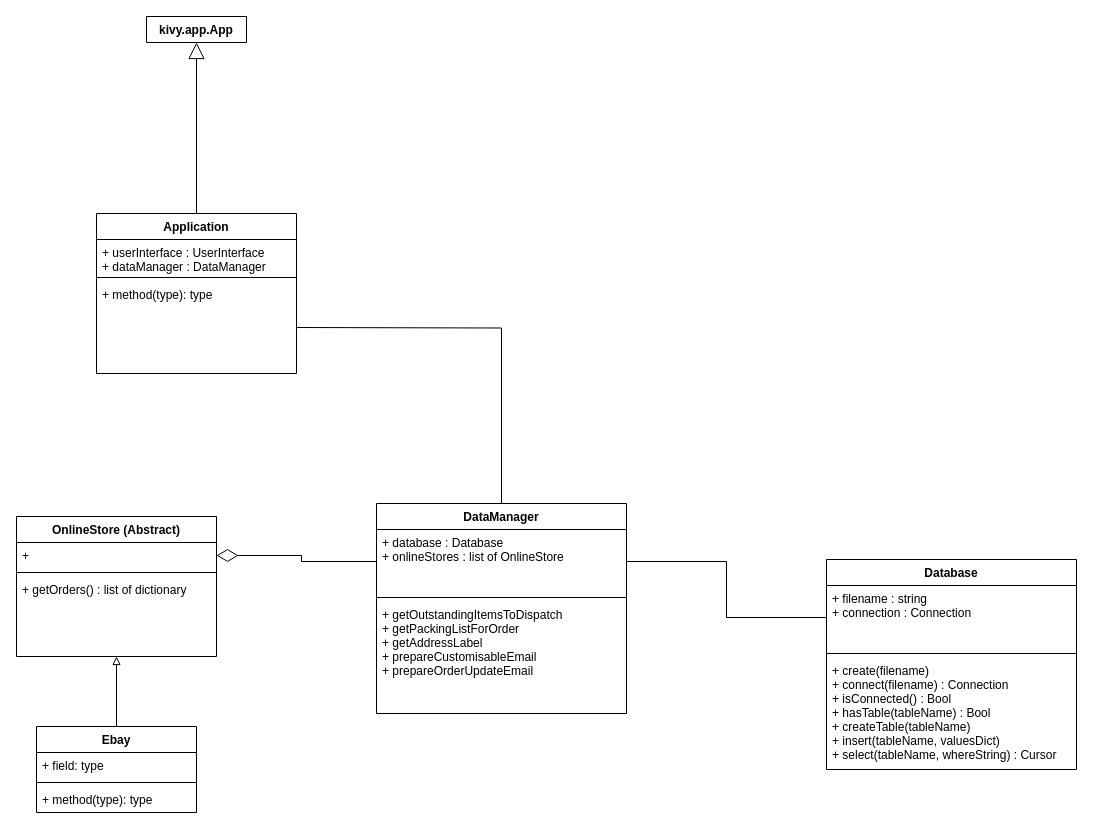
ashketchupppp/sysdev2 keeps this draw.io diagram as diagrams/class-diagram.drawio. Above is the earlier version. Source tidied: cells renumbered, new cells numbered last; positions are measured from the earlier drawing's top-left corner, leaving out a move shared by most shapes. Both pictures are drawn from the tidied source at 100%, with x=0, y=0 at pixel (16, 16).
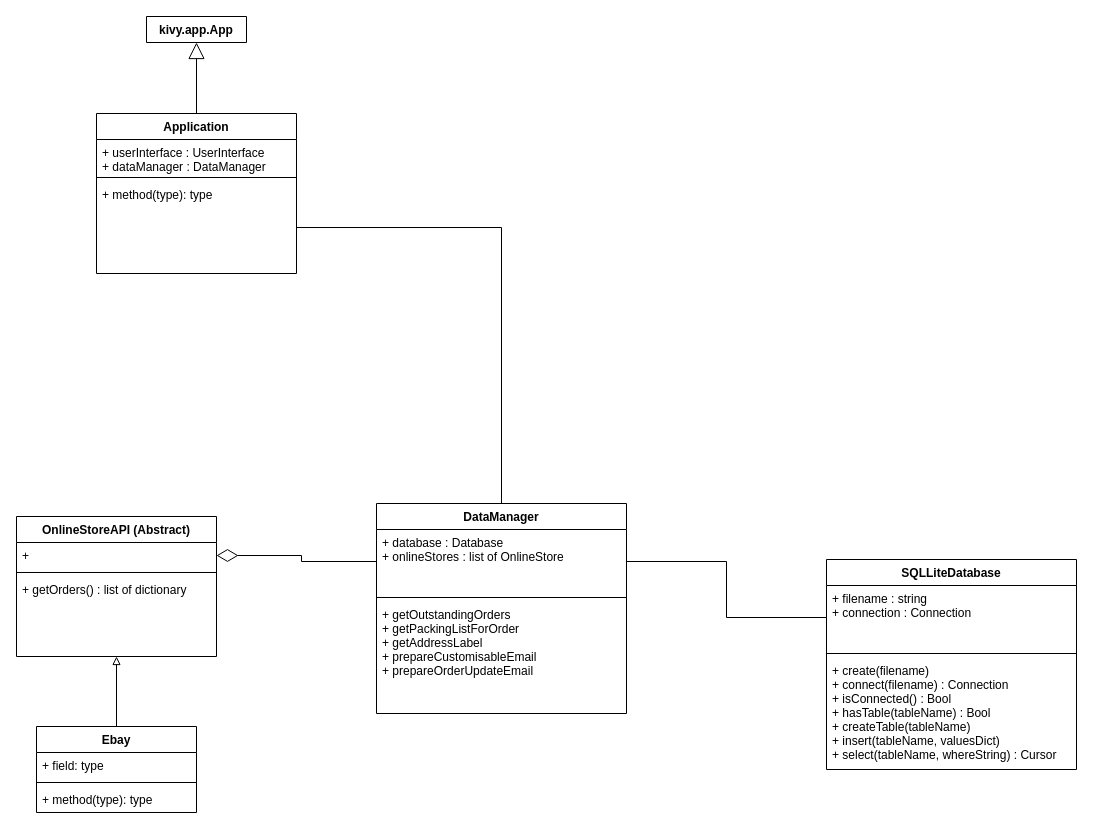
After the change.

Unchanged cells that the change refers to:
```xml
<mxCell id="20" value="+ method(type): type" style="text;strokeColor=none;fillColor=none;align=left;verticalAlign=top;spacingLeft=4;spacingRight=4;overflow=hidden;points=[[0,0.5],[1,0.5]];portConstraint=eastwest;" parent="17" vertex="1">
  <mxGeometry y="68" width="200" height="92" as="geometry" />
</mxCell>
<mxCell id="21" value="DataManager" style="swimlane;fontStyle=1;align=center;verticalAlign=top;horizontal=1;startSize=26;" parent="1" vertex="1">
  <mxGeometry x="360" y="487" width="250" height="210" as="geometry" />
</mxCell>
```

What changed in the source:
```diff
@@
-    <mxCell id="2" value="OnlineStore (Abstract)" style="swimlane;fontStyle=1;align=center;verticalAlign=top;horizontal=1;startSize=26;" parent="1" vertex="1">
+    <mxCell id="2" value="OnlineStoreAPI (Abstract)" style="swimlane;fontStyle=1;align=center;verticalAlign=top;horizontal=1;startSize=26;" parent="1" vertex="1">
       <mxGeometry y="500" width="200" height="140" as="geometry" />
     </mxCell>
@@
-    <mxCell id="11" value="Database" style="swimlane;fontStyle=1;align=center;verticalAlign=top;horizontal=1;startSize=26;" parent="1" vertex="1">
+    <mxCell id="11" value="SQLLiteDatabase" style="swimlane;fontStyle=1;align=center;verticalAlign=top;horizontal=1;startSize=26;" parent="1" vertex="1">
       <mxGeometry x="810" y="543" width="250" height="210" as="geometry" />
     </mxCell>
@@
     <mxCell id="17" value="Application" style="swimlane;fontStyle=1;align=center;verticalAlign=top;horizontal=1;startSize=26;" parent="1" vertex="1">
-      <mxGeometry x="80" y="197" width="200" height="160" as="geometry" />
+      <mxGeometry x="80" y="97" width="200" height="160" as="geometry" />
     </mxCell>
@@
-    <mxCell id="24" value="+ getOutstandingItemsToDispatch&#10;+ getPackingListForOrder&#10;+ getAddressLabel&#10;+ prepareCustomisableEmail&#10;+ prepareOrderUpdateEmail" style="text;strokeColor=none;fillColor=none;align=left;verticalAlign=top;spacingLeft=4;spacingRight=4;overflow=hidden;" parent="21" vertex="1">
+    <mxCell id="24" value="+ getOutstandingOrders&#10;+ getPackingListForOrder&#10;+ getAddressLabel&#10;+ prepareCustomisableEmail&#10;+ prepareOrderUpdateEmail" style="text;strokeColor=none;fillColor=none;align=left;verticalAlign=top;spacingLeft=4;spacingRight=4;overflow=hidden;" parent="21" vertex="1">
       <mxGeometry y="98" width="250" height="112" as="geometry" />
     </mxCell>
@@
-    <mxCell id="26" style="edgeStyle=orthogonalEdgeStyle;rounded=0;jettySize=auto;html=1;entryX=0.5;entryY=0;entryDx=0;entryDy=0;startArrow=none;startFill=0;endArrow=none;endFill=0;" parent="1" edge="1" target="21">
-      <mxGeometry relative="1" as="geometry">
-        <mxPoint x="280" y="311" as="sourcePoint" />
-      </mxGeometry>
+    <mxCell id="26" style="edgeStyle=orthogonalEdgeStyle;rounded=0;jettySize=auto;html=1;entryX=0.5;entryY=0;entryDx=0;entryDy=0;startArrow=none;startFill=0;endArrow=none;endFill=0;exitX=1;exitY=0.5;exitDx=0;exitDy=0;" parent="1" edge="1" source="20" target="21">
+      <mxGeometry relative="1" as="geometry" />
     </mxCell>
```
